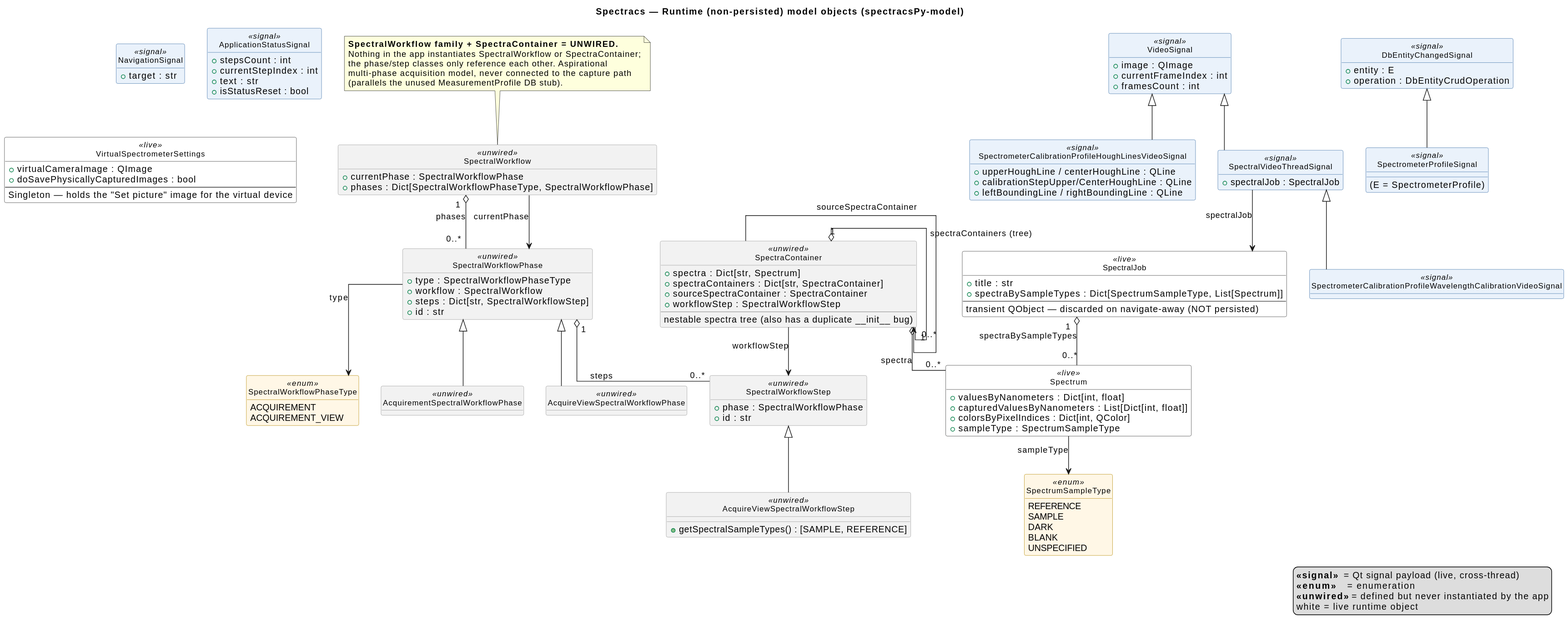
The PlantUML diagram runtime_models.svg in nidwe72/spectracs-docs, before a commit. Source of this version:
```plantuml
@startuml
title Spectracs — Runtime (non-persisted) model objects (spectracsPy-model)

hide circle
hide empty methods
skinparam linetype ortho
skinparam classFontSize 12
skinparam class {
  BackgroundColor White
  BorderColor #333333
  BackgroundColor<<signal>> #EAF2FB
  BorderColor<<signal>> #3A6EA5
  BackgroundColor<<enum>> #FFF7E6
  BorderColor<<enum>> #B58900
  BackgroundColor<<unwired>> #F2F2F2
  BorderColor<<unwired>> #999999
}

class SpectralJob <<live>> {
  + title : str
  + spectraBySampleTypes : Dict[SpectrumSampleType, List[Spectrum]]
  --
  transient QObject — discarded on navigate-away (NOT persisted)
}

class Spectrum <<live>> {
  + valuesByNanometers : Dict[int, float]
  + capturedValuesByNanometers : List[Dict[int, float]]
  + colorsByPixelIndices : Dict[int, QColor]
  + sampleType : SpectrumSampleType
}

enum SpectrumSampleType <<enum>> {
  REFERENCE
  SAMPLE
  DARK
  BLANK
  UNSPECIFIED
}

class VideoSignal <<signal>> {
  + image : QImage
  + currentFrameIndex : int
  + framesCount : int
}

class SpectralVideoThreadSignal <<signal>> {
  + spectralJob : SpectralJob
}

class SpectrometerCalibrationProfileWavelengthCalibrationVideoSignal <<signal>> {
}

class SpectrometerCalibrationProfileHoughLinesVideoSignal <<signal>> {
  + upperHoughLine / centerHoughLine : QLine
  + calibrationStepUpper/CenterHoughLine : QLine
  + leftBoundingLine / rightBoundingLine : QLine
}

class DbEntityChangedSignal <<signal>> {
  + entity : E
  + operation : DbEntityCrudOperation
}

class SpectrometerProfileSignal <<signal>> {
  (E = SpectrometerProfile)
}

class NavigationSignal <<signal>> {
  + target : str
}

class ApplicationStatusSignal <<signal>> {
  + stepsCount : int
  + currentStepIndex : int
  + text : str
  + isStatusReset : bool
}

class VirtualSpectrometerSettings <<live>> {
  + virtualCameraImage : QImage
  + doSavePhysicallyCapturedImages : bool
  --
  Singleton — holds the "Set picture" image for the virtual device
}

class SpectralWorkflow <<unwired>> {
  + currentPhase : SpectralWorkflowPhase
  + phases : Dict[SpectralWorkflowPhaseType, SpectralWorkflowPhase]
}

class SpectralWorkflowPhase <<unwired>> {
  + type : SpectralWorkflowPhaseType
  + workflow : SpectralWorkflow
  + steps : Dict[str, SpectralWorkflowStep]
  + id : str
}

enum SpectralWorkflowPhaseType <<enum>> {
  ACQUIREMENT
  ACQUIREMENT_VIEW
}

class AcquirementSpectralWorkflowPhase <<unwired>> {
}

class AcquireViewSpectralWorkflowPhase <<unwired>> {
}

class SpectralWorkflowStep <<unwired>> {
  + phase : SpectralWorkflowPhase
  + id : str
}

class AcquireViewSpectralWorkflowStep <<unwired>> {
  + getSpectralSampleTypes() : [SAMPLE, REFERENCE]
}

class SpectraContainer <<unwired>> {
  + spectra : Dict[str, Spectrum]
  + spectraContainers : Dict[str, SpectraContainer]
  + sourceSpectraContainer : SpectraContainer
  + workflowStep : SpectralWorkflowStep
  --
  nestable spectra tree (also has a duplicate __init__ bug)
}

SpectralJob "1" o-- "0..*" Spectrum : spectraBySampleTypes
Spectrum --> SpectrumSampleType : sampleType

VideoSignal <|-- SpectralVideoThreadSignal
SpectralVideoThreadSignal <|-- SpectrometerCalibrationProfileWavelengthCalibrationVideoSignal
VideoSignal <|-- SpectrometerCalibrationProfileHoughLinesVideoSignal
SpectralVideoThreadSignal --> SpectralJob : spectralJob
DbEntityChangedSignal <|-- SpectrometerProfileSignal

SpectralWorkflow "1" o-- "0..*" SpectralWorkflowPhase : phases
SpectralWorkflow --> SpectralWorkflowPhase : currentPhase
SpectralWorkflowPhase --> SpectralWorkflowPhaseType : type
SpectralWorkflowPhase "1" o-- "0..*" SpectralWorkflowStep : steps
SpectralWorkflowPhase <|-- AcquirementSpectralWorkflowPhase
SpectralWorkflowPhase <|-- AcquireViewSpectralWorkflowPhase
SpectralWorkflowStep <|-- AcquireViewSpectralWorkflowStep
SpectraContainer "1" o-- "0..*" Spectrum : spectra
SpectraContainer "1" o-- "0..*" SpectraContainer : spectraContainers (tree)
SpectraContainer --> SpectraContainer : sourceSpectraContainer
SpectraContainer --> SpectralWorkflowStep : workflowStep

note as N1
  <b>SpectralWorkflow family + SpectraContainer = UNWIRED.</b>
  Nothing in the app instantiates SpectralWorkflow or SpectraContainer;
  the phase/step classes only reference each other. Aspirational
  multi-phase acquisition model, never connected to the capture path
  (parallels the unused MeasurementProfile DB stub).
end note
N1 .. SpectralWorkflow

legend right
  <b><<signal>></b>  = Qt signal payload (live, cross-thread)
  <b><<enum>></b>    = enumeration
  <b><<unwired>></b> = defined but never instantiated by the app
  white = live runtime object
endlegend
@enduml
```
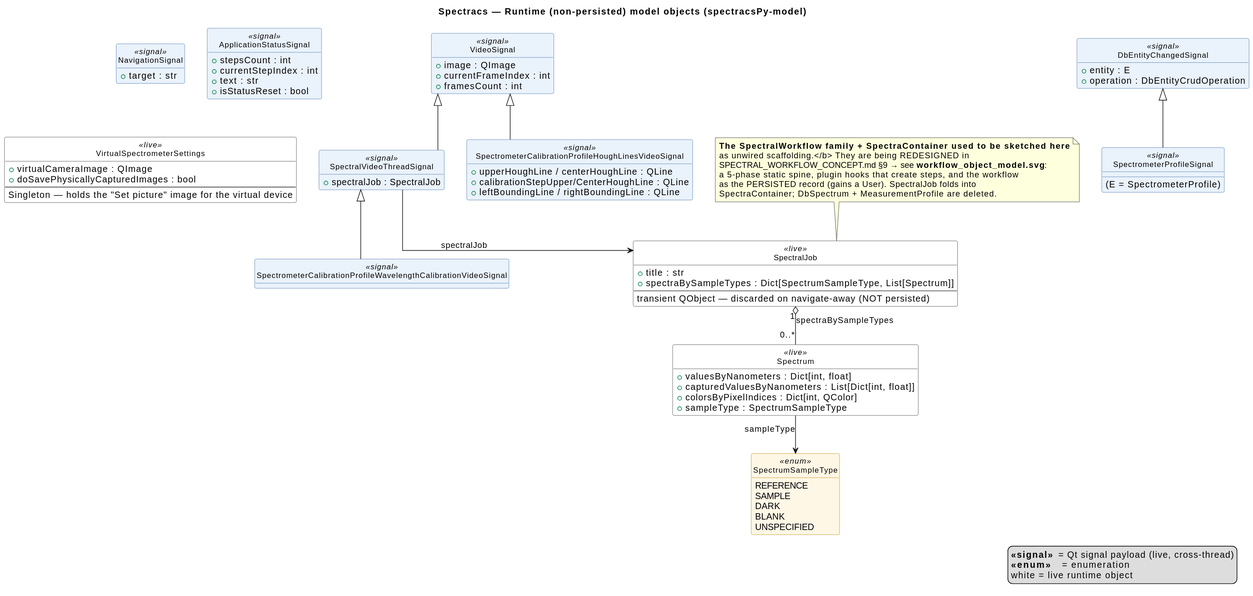
The same diagram one commit later.

Commit message:
Spec: revise SpectralWorkflow object model (§9) + roadmap

Change to the diagram source:
```diff
@@ -12,8 +12,6 @@
   BorderColor<<signal>> #3A6EA5
   BackgroundColor<<enum>> #FFF7E6
   BorderColor<<enum>> #B58900
-  BackgroundColor<<unwired>> #F2F2F2
-  BorderColor<<unwired>> #999999
 }
 
 class SpectralJob <<live>> {
@@ -84,47 +82,6 @@
   Singleton — holds the "Set picture" image for the virtual device
 }
 
-class SpectralWorkflow <<unwired>> {
-  + currentPhase : SpectralWorkflowPhase
-  + phases : Dict[SpectralWorkflowPhaseType, SpectralWorkflowPhase]
-}
-
-class SpectralWorkflowPhase <<unwired>> {
-  + type : SpectralWorkflowPhaseType
-  + workflow : SpectralWorkflow
-  + steps : Dict[str, SpectralWorkflowStep]
-  + id : str
-}
-
-enum SpectralWorkflowPhaseType <<enum>> {
-  ACQUIREMENT
-  ACQUIREMENT_VIEW
-}
-
-class AcquirementSpectralWorkflowPhase <<unwired>> {
-}
-
-class AcquireViewSpectralWorkflowPhase <<unwired>> {
-}
-
-class SpectralWorkflowStep <<unwired>> {
-  + phase : SpectralWorkflowPhase
-  + id : str
-}
-
-class AcquireViewSpectralWorkflowStep <<unwired>> {
-  + getSpectralSampleTypes() : [SAMPLE, REFERENCE]
-}
-
-class SpectraContainer <<unwired>> {
-  + spectra : Dict[str, Spectrum]
-  + spectraContainers : Dict[str, SpectraContainer]
-  + sourceSpectraContainer : SpectraContainer
-  + workflowStep : SpectralWorkflowStep
-  --
-  nestable spectra tree (also has a duplicate __init__ bug)
-}
-
 SpectralJob "1" o-- "0..*" Spectrum : spectraBySampleTypes
 Spectrum --> SpectrumSampleType : sampleType
 
@@ -134,31 +91,19 @@
 SpectralVideoThreadSignal --> SpectralJob : spectralJob
 DbEntityChangedSignal <|-- SpectrometerProfileSignal
 
-SpectralWorkflow "1" o-- "0..*" SpectralWorkflowPhase : phases
-SpectralWorkflow --> SpectralWorkflowPhase : currentPhase
-SpectralWorkflowPhase --> SpectralWorkflowPhaseType : type
-SpectralWorkflowPhase "1" o-- "0..*" SpectralWorkflowStep : steps
-SpectralWorkflowPhase <|-- AcquirementSpectralWorkflowPhase
-SpectralWorkflowPhase <|-- AcquireViewSpectralWorkflowPhase
-SpectralWorkflowStep <|-- AcquireViewSpectralWorkflowStep
-SpectraContainer "1" o-- "0..*" Spectrum : spectra
-SpectraContainer "1" o-- "0..*" SpectraContainer : spectraContainers (tree)
-SpectraContainer --> SpectraContainer : sourceSpectraContainer
-SpectraContainer --> SpectralWorkflowStep : workflowStep
-
 note as N1
-  <b>SpectralWorkflow family + SpectraContainer = UNWIRED.</b>
-  Nothing in the app instantiates SpectralWorkflow or SpectraContainer;
-  the phase/step classes only reference each other. Aspirational
-  multi-phase acquisition model, never connected to the capture path
-  (parallels the unused MeasurementProfile DB stub).
+  <b>The SpectralWorkflow family + SpectraContainer used to be sketched here
+  as unwired scaffolding.</b> They are being REDESIGNED in
+  SPECTRAL_WORKFLOW_CONCEPT.md §9 → see <b>workflow_object_model.svg</b>:
+  a 5-phase static spine, plugin hooks that create steps, and the workflow
+  as the PERSISTED record (gains a User). SpectralJob folds into
+  SpectraContainer; DbSpectrum + MeasurementProfile are deleted.
 end note
-N1 .. SpectralWorkflow
+N1 .. SpectralJob
 
 legend right
   <b><<signal>></b>  = Qt signal payload (live, cross-thread)
   <b><<enum>></b>    = enumeration
-  <b><<unwired>></b> = defined but never instantiated by the app
   white = live runtime object
 endlegend
 @enduml
```
